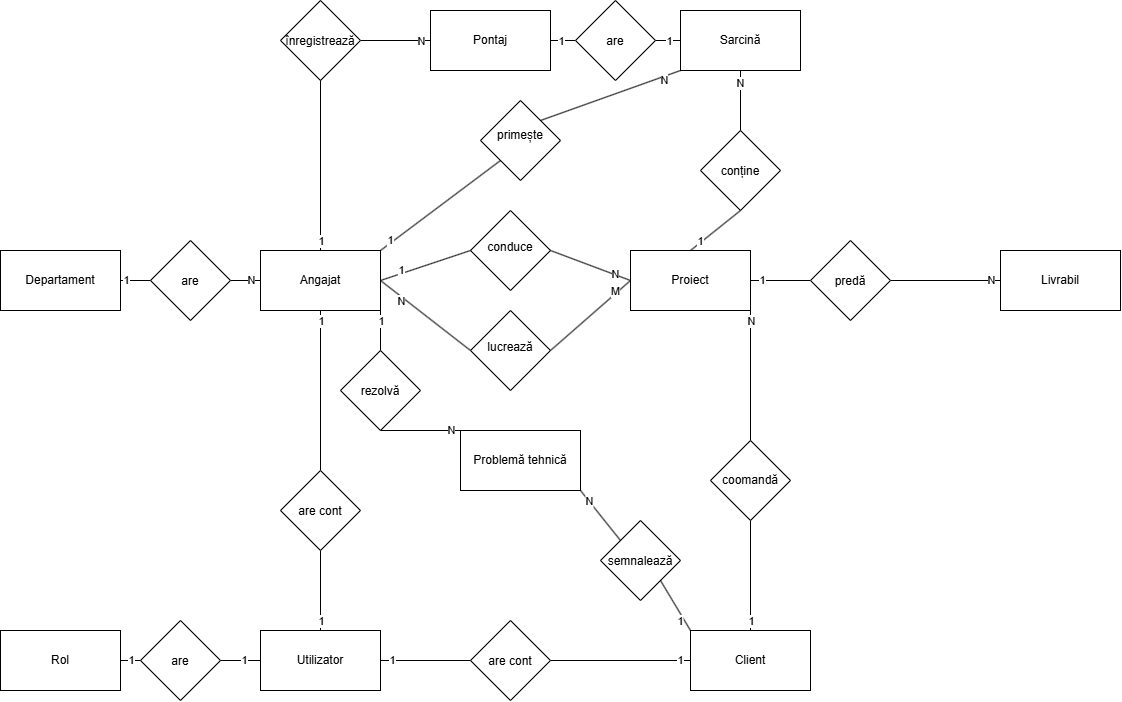
This is db/diagrams/Diagrama_ER.png from Gabi-Pop/proiect-bd, a draw.io export, as it was before one commit. Source tidied: cells renumbered, new cells last; positions are measured from the earlier drawing's top-left corner, leaving out a move shared by most shapes.
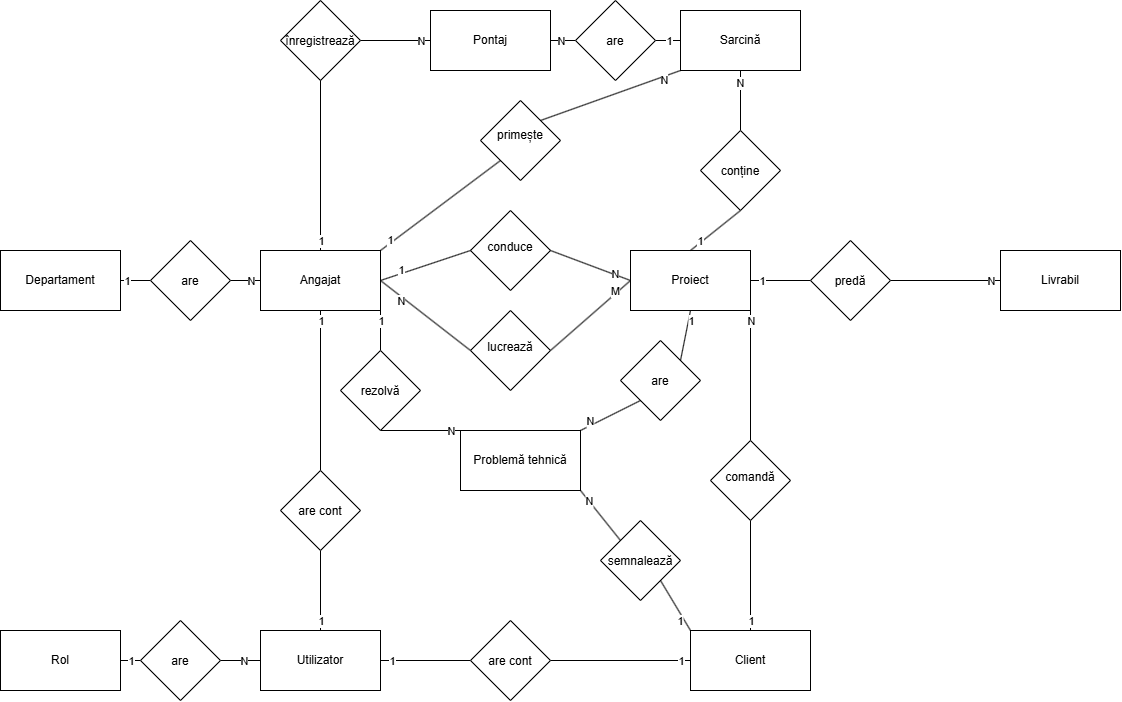
After the commit.

Commit message:
Analiza cerintelor + diagrama ER

What changed in the source:
```diff
@@ -51,7 +51,7 @@
     <mxCell id="16" style="endArrow=none;html=1;rounded=0;entryX=0;entryY=0.5;entryDx=0;entryDy=0;exitX=1;exitY=0.5;exitDx=0;exitDy=0;" parent="1" edge="1" source="71" target="6">
       <mxGeometry relative="1" as="geometry" />
     </mxCell>
-    <mxCell id="17" value="1" style="edgeLabel;html=1;align=center;verticalAlign=middle;inheritText=1;" parent="16" vertex="1">
+    <mxCell id="17" value="N" style="edgeLabel;html=1;align=center;verticalAlign=middle;inheritText=1;" parent="16" vertex="1">
       <mxGeometry x="0.16" y="-2" relative="1" as="geometry">
         <mxPoint y="-2" as="offset" />
       </mxGeometry>
@@ -167,7 +167,7 @@
         <mxPoint x="1" y="1" as="offset" />
       </mxGeometry>
     </mxCell>
-    <mxCell id="49" value="coomandă" style="rhombus;whiteSpace=wrap;html=1;shapeInside=1;" parent="1" vertex="1">
+    <mxCell id="49" value="comandă" style="rhombus;whiteSpace=wrap;html=1;shapeInside=1;" parent="1" vertex="1">
       <mxGeometry x="710" y="440" width="80" height="80" as="geometry" />
     </mxCell>
     <mxCell id="50" style="endArrow=none;html=1;rounded=0;exitX=1;exitY=0.5;exitDx=0;exitDy=0;entryX=0;entryY=0.5;entryDx=0;entryDy=0;" parent="1" edge="1" source="2" target="52">
@@ -261,7 +261,7 @@
     <mxCell id="74" style="endArrow=none;html=1;rounded=0;entryX=0;entryY=0.5;entryDx=0;entryDy=0;exitX=1;exitY=0.5;exitDx=0;exitDy=0;" parent="1" edge="1" source="8" target="76">
       <mxGeometry relative="1" as="geometry" />
     </mxCell>
-    <mxCell id="75" value="1" style="edgeLabel;html=1;align=center;verticalAlign=middle;inheritText=1;" parent="74" vertex="1">
+    <mxCell id="75" value="N" style="edgeLabel;html=1;align=center;verticalAlign=middle;inheritText=1;" parent="74" vertex="1">
       <mxGeometry x="-0.01" relative="1" as="geometry">
         <mxPoint x="-2" as="offset" />
       </mxGeometry>
@@ -286,5 +286,24 @@
     <mxCell id="81" value="semnalează" style="rhombus;whiteSpace=wrap;html=1;shapeInside=1;" parent="1" vertex="1">
       <mxGeometry x="600" y="520" width="80" height="80" as="geometry" />
     </mxCell>
+    <mxCell id="82" style="endArrow=none;html=1;rounded=0;defaultLabelBackgroundColor=page;exitX=1;exitY=0;exitDx=0;exitDy=0;entryX=0.5;entryY=1;entryDx=0;entryDy=0;" parent="1" edge="1" source="86" target="4">
+      <mxGeometry relative="1" as="geometry" />
+    </mxCell>
+    <mxCell id="83" value="1" style="edgeLabel;html=1;align=center;verticalAlign=middle;inheritText=1;defaultLabelBackgroundColor=page;" parent="82" vertex="1">
+      <mxGeometry x="0.66" y="-1" relative="1" as="geometry">
+        <mxPoint x="1" y="1" as="offset" />
+      </mxGeometry>
+    </mxCell>
+    <mxCell id="84" style="endArrow=none;html=1;rounded=0;defaultLabelBackgroundColor=page;exitX=1;exitY=0;exitDx=0;exitDy=0;entryX=0;entryY=1;entryDx=0;entryDy=0;" parent="1" edge="1" source="9" target="86">
+      <mxGeometry relative="1" as="geometry" />
+    </mxCell>
+    <mxCell id="85" value="N" style="edgeLabel;html=1;align=center;verticalAlign=middle;inheritText=1;defaultLabelBackgroundColor=page;" parent="84" vertex="1">
+      <mxGeometry x="-0.7" y="-1" relative="1" as="geometry">
+        <mxPoint y="-6" as="offset" />
+      </mxGeometry>
+    </mxCell>
+    <mxCell id="86" value="are" style="rhombus;whiteSpace=wrap;html=1;shapeInside=1;" parent="1" vertex="1">
+      <mxGeometry x="620" y="340" width="80" height="80" as="geometry" />
+    </mxCell>
   </root>
 </mxGraphModel>
```
